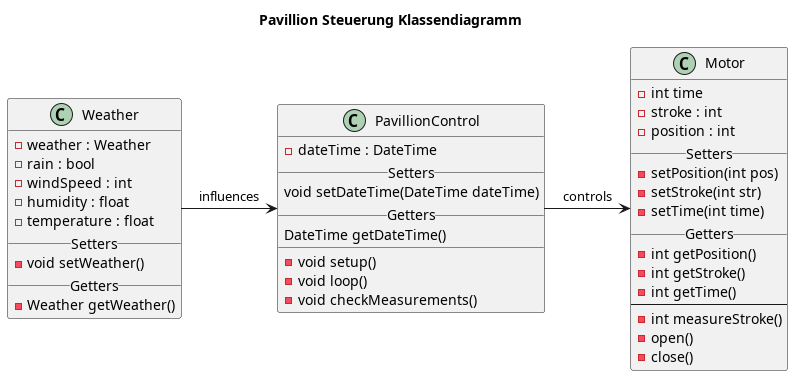
ckiri/pavillon-control keeps this PlantUML diagram as docs/class-diagram.png. Above is the earlier version.
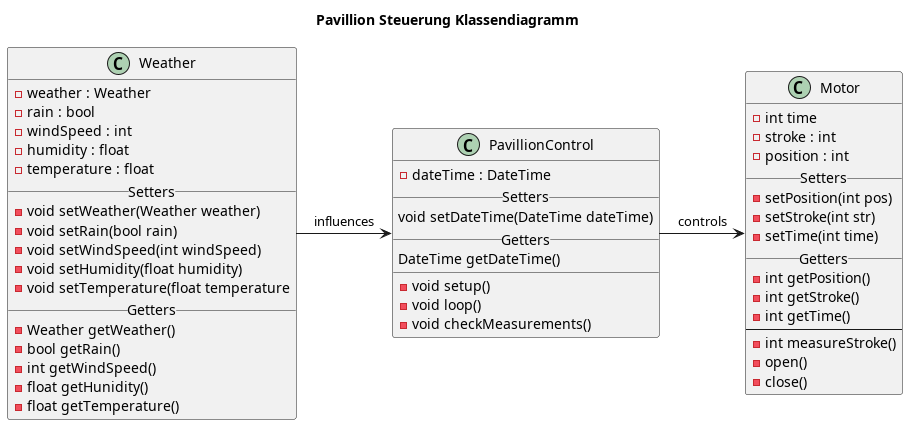
After the commit.

Commit message:
added setters and getters to Weather class

What changed in the source:
```diff
@@ -9,9 +9,17 @@
 - humidity : float
 - temperature : float
 __Setters__
-- void setWeather()
+- void setWeather(Weather weather)
+- void setRain(bool rain)
+- void setWindSpeed(int windSpeed)
+- void setHumidity(float humidity)
+- void setTemperature(float temperature
 __Getters__
 - Weather getWeather()
+- bool getRain()
+- int getWindSpeed()
+- float getHunidity()
+- float getTemperature()
 }
 
 class Motor {
```
